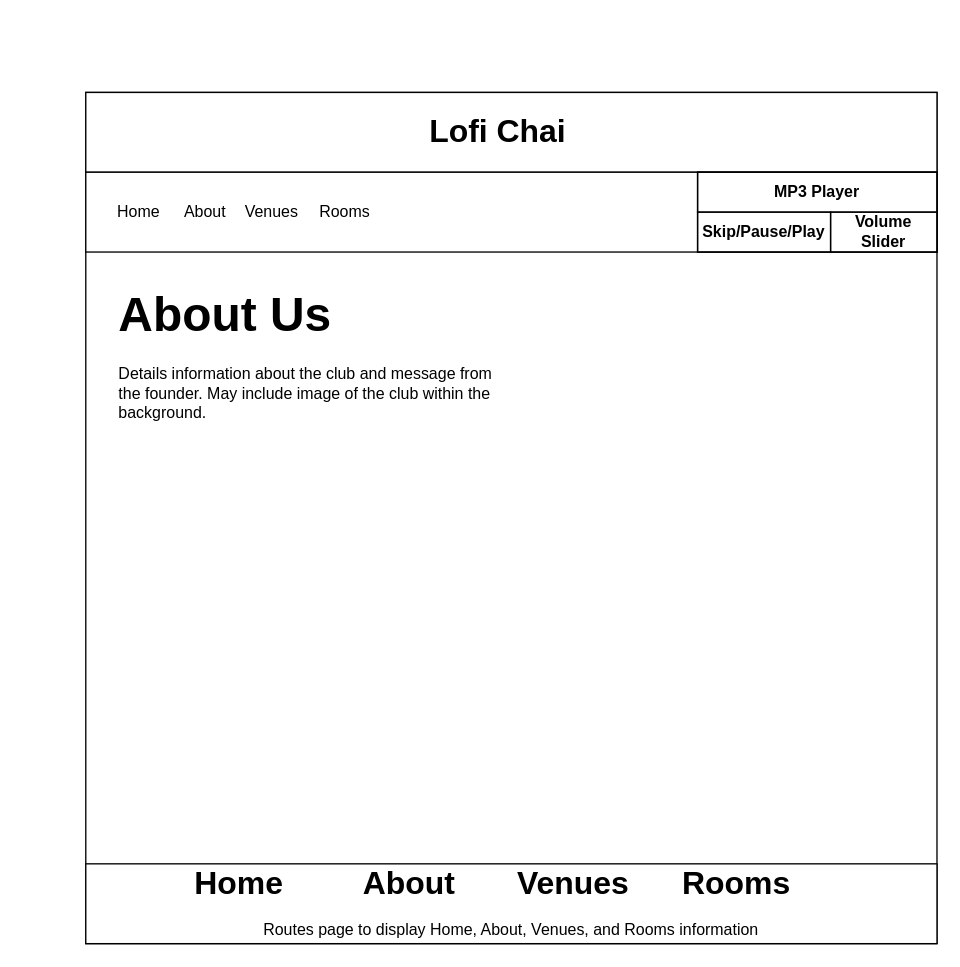
This is Teahouse_about.drawio from jxcarlat/TeaHouse, a draw.io file, before an edit. Source tidied: cells renumbered, new cells numbered last; positions are measured from the earlier drawing's top-left corner, leaving out a move shared by most shapes. Both pictures are drawn from the tidied source at 133%, with x=0, y=0 at pixel (85, 92).
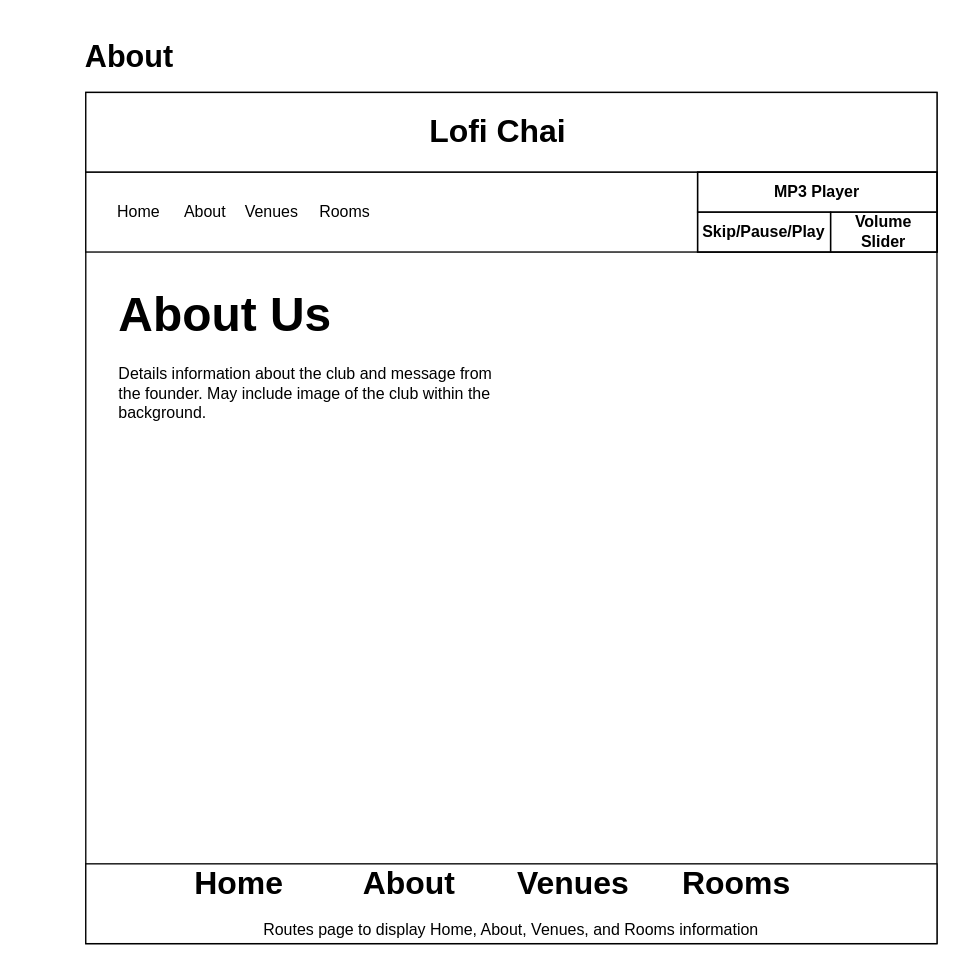
The same diagram, later.

Diff of the diagram source:
```diff
@@
 <mxGraphModel>
   <root>
     <mxCell id="0" />
     <mxCell id="1" parent="0" />
     <mxCell id="2" style="whiteSpace=wrap;html=1;" parent="1" vertex="1">
       <mxGeometry width="640" height="640" as="geometry" />
     </mxCell>
     <mxCell id="3" style="rounded=0;whiteSpace=wrap;html=1;" parent="1" vertex="1">
       <mxGeometry width="640" height="60" as="geometry" />
     </mxCell>
     <mxCell id="4" value="&lt;font style=&quot;font-size: 24px&quot; face=&quot;NiteClub&quot;&gt;&lt;b&gt;Lofi Chai&lt;/b&gt;&lt;/font&gt;" style="text;html=1;strokeColor=none;fillColor=none;align=center;verticalAlign=middle;whiteSpace=wrap;rounded=0;" parent="1" vertex="1">
       <mxGeometry x="255" y="10" width="110" height="40" as="geometry" />
     </mxCell>
     <mxCell id="5" style="rounded=0;whiteSpace=wrap;html=1;" parent="1" vertex="1">
       <mxGeometry y="60" width="640" height="60" as="geometry" />
     </mxCell>
     <mxCell id="6" value="Home" style="text;html=1;strokeColor=none;fillColor=none;align=center;verticalAlign=middle;whiteSpace=wrap;rounded=0;" parent="1" vertex="1">
       <mxGeometry x="20" y="80" width="40" height="20" as="geometry" />
     </mxCell>
     <mxCell id="7" value="About" style="text;html=1;strokeColor=none;fillColor=none;align=center;verticalAlign=middle;whiteSpace=wrap;rounded=0;" parent="1" vertex="1">
       <mxGeometry x="70" y="80" width="40" height="20" as="geometry" />
     </mxCell>
     <mxCell id="8" value="Venues" style="text;html=1;strokeColor=none;fillColor=none;align=center;verticalAlign=middle;whiteSpace=wrap;rounded=0;" parent="1" vertex="1">
       <mxGeometry x="120" y="80" width="40" height="20" as="geometry" />
     </mxCell>
     <mxCell id="9" style="rounded=0;whiteSpace=wrap;html=1;" parent="1" vertex="1">
       <mxGeometry y="580" width="640" height="60" as="geometry" />
     </mxCell>
     <mxCell id="10" value="&lt;b&gt;&lt;font style=&quot;font-size: 24px&quot;&gt;&amp;nbsp; &amp;nbsp; &amp;nbsp; &amp;nbsp; &amp;nbsp; &amp;nbsp; Home&amp;nbsp; &amp;nbsp; &amp;nbsp; &amp;nbsp; &amp;nbsp;About&amp;nbsp; &amp;nbsp; &amp;nbsp; &amp;nbsp;Venues&amp;nbsp; &amp;nbsp; &amp;nbsp; Rooms&amp;nbsp;&lt;/font&gt;&lt;/b&gt;" style="text;html=1;strokeColor=none;fillColor=none;align=left;verticalAlign=middle;whiteSpace=wrap;rounded=0;" parent="1" vertex="1">
       <mxGeometry y="580" width="640" height="30" as="geometry" />
     </mxCell>
     <mxCell id="11" value="Routes page to display Home, About, Venues, and Rooms information" style="text;html=1;strokeColor=none;fillColor=none;align=center;verticalAlign=middle;whiteSpace=wrap;rounded=0;" parent="1" vertex="1">
       <mxGeometry y="620" width="640" height="20" as="geometry" />
     </mxCell>
     <mxCell id="12" value="Rooms" style="text;html=1;strokeColor=none;fillColor=none;align=center;verticalAlign=middle;whiteSpace=wrap;rounded=0;" parent="1" vertex="1">
       <mxGeometry x="175" y="80" width="40" height="20" as="geometry" />
     </mxCell>
     <mxCell id="13" style="rounded=0;whiteSpace=wrap;html=1;" parent="1" vertex="1">
       <mxGeometry x="460" y="60" width="180" height="60" as="geometry" />
     </mxCell>
     <mxCell id="14" value="&lt;b&gt;MP3 Player&lt;/b&gt;" style="text;html=1;fillColor=none;align=center;verticalAlign=middle;whiteSpace=wrap;rounded=0;strokeColor=#000000;" parent="1" vertex="1">
       <mxGeometry x="460" y="60" width="180" height="30" as="geometry" />
     </mxCell>
     <mxCell id="15" value="&lt;b&gt;Skip/Pause/Play&lt;/b&gt;" style="text;html=1;fillColor=none;align=center;verticalAlign=middle;whiteSpace=wrap;rounded=0;strokeColor=#000000;" parent="1" vertex="1">
       <mxGeometry x="460" y="90" width="100" height="30" as="geometry" />
     </mxCell>
     <mxCell id="16" value="&lt;b&gt;Volume Slider&lt;/b&gt;" style="text;html=1;fillColor=none;align=center;verticalAlign=middle;whiteSpace=wrap;rounded=0;strokeColor=#000000;" parent="1" vertex="1">
       <mxGeometry x="560" y="90" width="80" height="30" as="geometry" />
     </mxCell>
     <mxCell id="17" value="&lt;h1&gt;&lt;b style=&quot;font-family: &amp;#34;niteclub&amp;#34; ; font-size: 36px ; text-align: center&quot;&gt;About Us&lt;/b&gt;&lt;br&gt;&lt;/h1&gt;&lt;p&gt;Details information about the club and message from the founder. May include image of the club within the background.&lt;/p&gt;" style="text;html=1;strokeColor=none;fillColor=none;spacing=5;spacingTop=-20;whiteSpace=wrap;overflow=hidden;rounded=0;" parent="1" vertex="1">
       <mxGeometry x="20" y="140" width="295" height="190" as="geometry" />
     </mxCell>
+    <mxCell id="18" value="&lt;b&gt;&lt;font style=&quot;font-size: 23px&quot;&gt;About&lt;/font&gt;&lt;/b&gt;" style="text;html=1;strokeColor=none;fillColor=none;align=center;verticalAlign=middle;whiteSpace=wrap;rounded=0;" parent="1" vertex="1">
+      <mxGeometry x="-47" y="-52" width="160" height="50" as="geometry" />
+    </mxCell>
   </root>
 </mxGraphModel>
```
